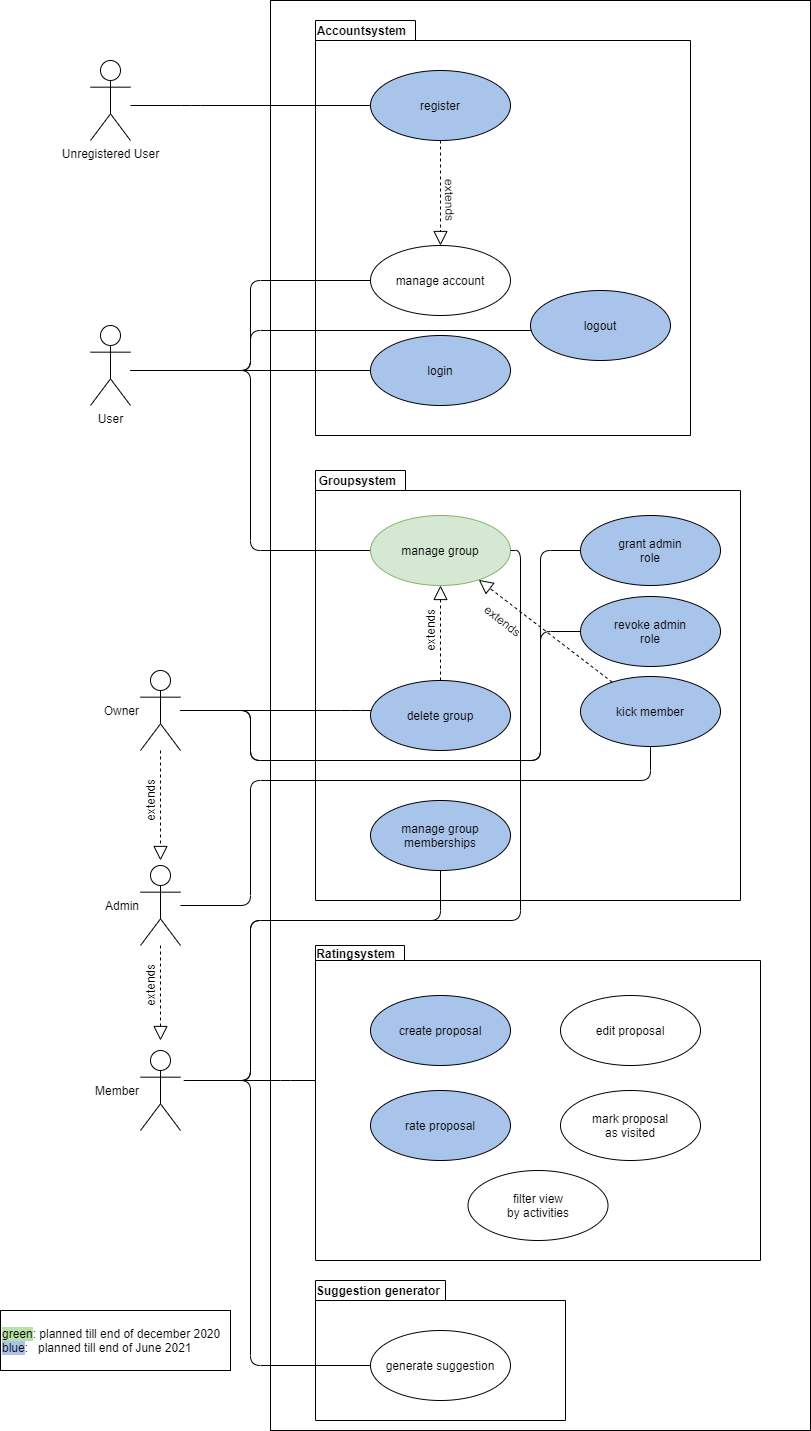
Above: PlaceToBeer UCD.png in placetobeer/documentation (draw.io), before the change. Source tidied: cells renumbered, new cells last; positions are measured from the earlier drawing's top-left corner, leaving out a move shared by most shapes.
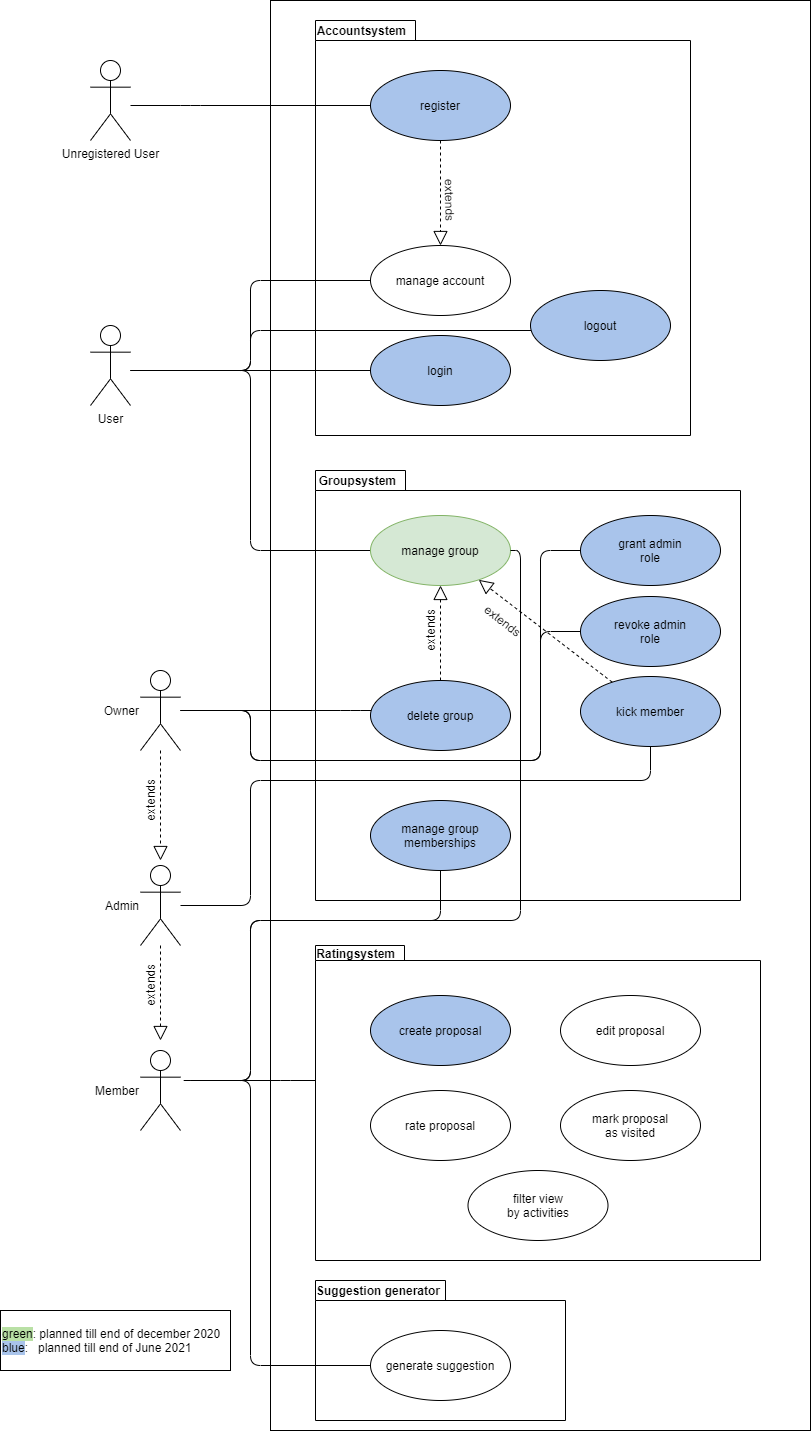
After the change.

Commit message:
redefined scope

Diff of the diagram source:
```diff
@@ -88,7 +88,7 @@
     <mxCell id="22" value="edit proposal" style="ellipse;whiteSpace=wrap;html=1;" parent="1" vertex="1">
       <mxGeometry x="560" y="995" width="140" height="70" as="geometry" />
     </mxCell>
-    <mxCell id="23" value="rate proposal" style="ellipse;whiteSpace=wrap;html=1;fillColor=#A9C4EB;" parent="1" vertex="1">
+    <mxCell id="23" value="rate proposal" style="ellipse;whiteSpace=wrap;html=1;" parent="1" vertex="1">
       <mxGeometry x="370" y="1090" width="140" height="70" as="geometry" />
     </mxCell>
     <mxCell id="24" value="mark proposal&lt;br&gt;as visited" style="ellipse;whiteSpace=wrap;html=1;" parent="1" vertex="1">
```
